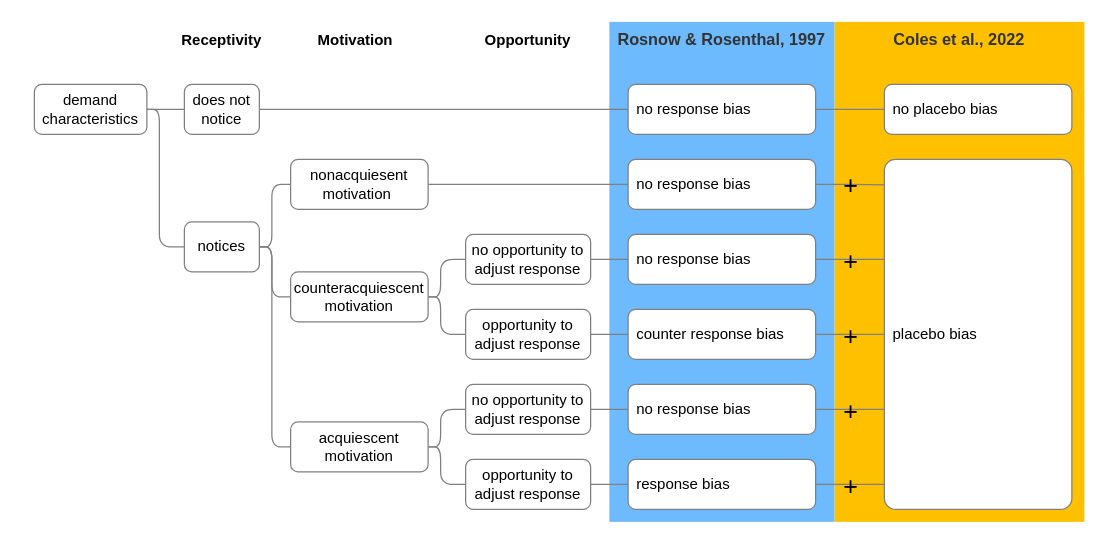
Before: page "FRAMEWORK" (1 of 14) of images/metaware_figures.drawio in ColesNicholas/metaware, a draw.io diagram. Source tidied: cells renumbered, new cells numbered last; positions are measured from the earlier drawing's top-left corner, leaving out a move shared by most shapes. Both pictures are drawn from the tidied source at 125%, with x=0, y=0 at pixel (21, 21).
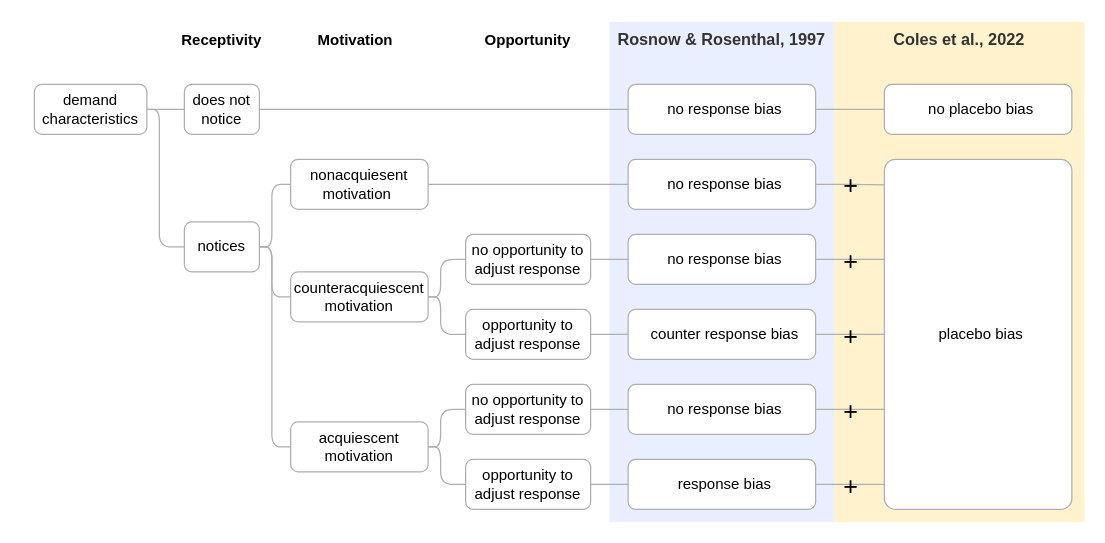
The same diagram, later.

Diff of the diagram source:
```diff
@@
-    <mxCell id="3" value="&lt;b&gt;&lt;font style=&quot;font-size: 13px&quot;&gt;Coles et al., 2022&lt;/font&gt;&lt;/b&gt;" style="rounded=0;whiteSpace=wrap;html=1;fillColor=#FFC000;fontColor=#333333;strokeColor=none;verticalAlign=top;" parent="1" vertex="1">
+    <mxCell id="3" value="&lt;b&gt;&lt;font style=&quot;font-size: 13px&quot;&gt;Coles et al., 2022&lt;/font&gt;&lt;/b&gt;" style="rounded=0;whiteSpace=wrap;html=1;fillColor=#FFF2CC;fontColor=#333333;strokeColor=none;verticalAlign=top;align=center;" parent="1" vertex="1">
       <mxGeometry x="650" width="200" height="400" as="geometry" />
     </mxCell>
-    <mxCell id="4" value="&lt;b&gt;&lt;font style=&quot;font-size: 13px&quot;&gt;Rosnow &amp;amp; Rosenthal, 1997&lt;/font&gt;&lt;/b&gt;" style="rounded=0;whiteSpace=wrap;html=1;fillColor=#6DBAFF;fontColor=#333333;strokeColor=none;verticalAlign=top;" parent="1" vertex="1">
+    <mxCell id="4" value="&lt;b&gt;&lt;font style=&quot;font-size: 13px&quot;&gt;Rosnow &amp;amp; Rosenthal, 1997&lt;/font&gt;&lt;/b&gt;" style="rounded=0;whiteSpace=wrap;html=1;fillColor=#EAEFFF;fontColor=#333333;strokeColor=none;verticalAlign=top;align=center;" parent="1" vertex="1">
       <mxGeometry x="470" width="180" height="400" as="geometry" />
     </mxCell>
-    <mxCell id="5" style="edgeStyle=orthogonalEdgeStyle;rounded=1;jettySize=auto;html=1;exitX=1;exitY=0.5;exitDx=0;exitDy=0;entryX=0;entryY=0.5;entryDx=0;entryDy=0;endArrow=none;endFill=0;strokeColor=#808080;" parent="1" edge="1" source="7" target="9">
+    <mxCell id="5" style="edgeStyle=orthogonalEdgeStyle;rounded=1;jettySize=auto;html=1;exitX=1;exitY=0.5;exitDx=0;exitDy=0;entryX=0;entryY=0.5;entryDx=0;entryDy=0;endArrow=none;endFill=0;strokeColor=#AFAFAF;align=center;" parent="1" edge="1" source="7" target="9">
       <mxGeometry relative="1" as="geometry" />
     </mxCell>
-    <mxCell id="6" style="edgeStyle=orthogonalEdgeStyle;rounded=1;jettySize=auto;html=1;exitX=1;exitY=0.5;exitDx=0;exitDy=0;entryX=0;entryY=0.5;entryDx=0;entryDy=0;labelBackgroundColor=none;fontSize=20;fontColor=default;endArrow=none;endFill=0;strokeColor=#808080;" parent="1" edge="1" source="7" target="13">
+    <mxCell id="6" style="edgeStyle=orthogonalEdgeStyle;rounded=1;jettySize=auto;html=1;exitX=1;exitY=0.5;exitDx=0;exitDy=0;entryX=0;entryY=0.5;entryDx=0;entryDy=0;labelBackgroundColor=none;fontSize=20;fontColor=default;endArrow=none;endFill=0;strokeColor=#AFAFAF;align=center;" parent="1" edge="1" source="7" target="13">
       <mxGeometry relative="1" as="geometry">
         <Array as="points">
           <mxPoint x="110" y="70" />
           <mxPoint x="110" y="180" />
         </Array>
       </mxGeometry>
     </mxCell>
-    <mxCell id="7" value="demand characteristics" style="rounded=1;whiteSpace=wrap;html=1;strokeColor=#808080;" parent="1" vertex="1">
+    <mxCell id="7" value="demand characteristics" style="rounded=1;whiteSpace=wrap;html=1;strokeColor=#AFAFAF;" parent="1" vertex="1">
       <mxGeometry x="10" y="50" width="90" height="40" as="geometry" />
     </mxCell>
-    <mxCell id="8" style="edgeStyle=orthogonalEdgeStyle;rounded=1;jettySize=auto;html=1;exitX=1;exitY=0.5;exitDx=0;exitDy=0;fontColor=none;endArrow=none;endFill=0;strokeColor=#808080;" parent="1" edge="1" source="9" target="33">
+    <mxCell id="8" style="edgeStyle=orthogonalEdgeStyle;rounded=1;jettySize=auto;html=1;exitX=1;exitY=0.5;exitDx=0;exitDy=0;fontColor=none;endArrow=none;endFill=0;strokeColor=#AFAFAF;align=center;" parent="1" edge="1" source="9" target="33">
       <mxGeometry relative="1" as="geometry" />
     </mxCell>
-    <mxCell id="9" value="does not notice" style="rounded=1;whiteSpace=wrap;html=1;strokeColor=#808080;" parent="1" vertex="1">
+    <mxCell id="9" value="does not notice" style="rounded=1;whiteSpace=wrap;html=1;strokeColor=#AFAFAF;align=center;" parent="1" vertex="1">
       <mxGeometry x="130" y="50" width="60" height="40" as="geometry" />
     </mxCell>
-    <mxCell id="10" style="edgeStyle=orthogonalEdgeStyle;rounded=1;jettySize=auto;html=1;exitX=1;exitY=0.5;exitDx=0;exitDy=0;entryX=0;entryY=0.5;entryDx=0;entryDy=0;endArrow=none;endFill=0;strokeColor=#808080;" parent="1" edge="1" source="13" target="15">
+    <mxCell id="10" style="edgeStyle=orthogonalEdgeStyle;rounded=1;jettySize=auto;html=1;exitX=1;exitY=0.5;exitDx=0;exitDy=0;entryX=0;entryY=0.5;entryDx=0;entryDy=0;endArrow=none;endFill=0;strokeColor=#AFAFAF;align=center;" parent="1" edge="1" source="13" target="15">
       <mxGeometry relative="1" as="geometry">
         <Array as="points">
           <mxPoint x="200" y="180" />
           <mxPoint x="200" y="130" />
         </Array>
       </mxGeometry>
     </mxCell>
-    <mxCell id="11" style="edgeStyle=orthogonalEdgeStyle;rounded=1;jettySize=auto;html=1;exitX=1;exitY=0.5;exitDx=0;exitDy=0;entryX=0;entryY=0.5;entryDx=0;entryDy=0;endArrow=none;endFill=0;strokeColor=#808080;" parent="1" edge="1" source="13" target="18">
+    <mxCell id="11" style="edgeStyle=orthogonalEdgeStyle;rounded=1;jettySize=auto;html=1;exitX=1;exitY=0.5;exitDx=0;exitDy=0;entryX=0;entryY=0.5;entryDx=0;entryDy=0;endArrow=none;endFill=0;strokeColor=#AFAFAF;align=center;" parent="1" edge="1" source="13" target="18">
       <mxGeometry relative="1" as="geometry">
         <Array as="points">
           <mxPoint x="200" y="180" />
           <mxPoint x="200" y="220" />
         </Array>
       </mxGeometry>
     </mxCell>
-    <mxCell id="12" style="edgeStyle=orthogonalEdgeStyle;rounded=1;jettySize=auto;html=1;exitX=1;exitY=0.5;exitDx=0;exitDy=0;entryX=0;entryY=0.5;entryDx=0;entryDy=0;endArrow=none;endFill=0;strokeColor=#808080;" parent="1" edge="1" source="13" target="25">
+    <mxCell id="12" style="edgeStyle=orthogonalEdgeStyle;rounded=1;jettySize=auto;html=1;exitX=1;exitY=0.5;exitDx=0;exitDy=0;entryX=0;entryY=0.5;entryDx=0;entryDy=0;endArrow=none;endFill=0;strokeColor=#AFAFAF;align=center;" parent="1" edge="1" source="13" target="25">
       <mxGeometry relative="1" as="geometry">
         <Array as="points">
           <mxPoint x="200" y="180" />
           <mxPoint x="200" y="340" />
         </Array>
       </mxGeometry>
     </mxCell>
-    <mxCell id="13" value="notices" style="rounded=1;whiteSpace=wrap;html=1;strokeColor=#808080;" parent="1" vertex="1">
+    <mxCell id="13" value="notices" style="rounded=1;whiteSpace=wrap;html=1;strokeColor=#AFAFAF;align=center;" parent="1" vertex="1">
       <mxGeometry x="130" y="160" width="60" height="40" as="geometry" />
     </mxCell>
-    <mxCell id="14" style="edgeStyle=orthogonalEdgeStyle;rounded=1;jettySize=auto;html=1;exitX=1;exitY=0.5;exitDx=0;exitDy=0;entryX=0;entryY=0.5;entryDx=0;entryDy=0;fontColor=none;endArrow=none;endFill=0;strokeColor=#808080;" parent="1" edge="1" source="15" target="27">
+    <mxCell id="14" style="edgeStyle=orthogonalEdgeStyle;rounded=1;jettySize=auto;html=1;exitX=1;exitY=0.5;exitDx=0;exitDy=0;entryX=0;entryY=0.5;entryDx=0;entryDy=0;fontColor=none;endArrow=none;endFill=0;strokeColor=#AFAFAF;align=center;" parent="1" edge="1" source="15" target="27">
       <mxGeometry relative="1" as="geometry" />
     </mxCell>
-    <mxCell id="15" value="nonacquiesent motivation&amp;nbsp;" style="rounded=1;whiteSpace=wrap;html=1;strokeColor=#808080;" parent="1" vertex="1">
+    <mxCell id="15" value="nonacquiesent motivation&amp;nbsp;" style="rounded=1;whiteSpace=wrap;html=1;strokeColor=#AFAFAF;align=center;" parent="1" vertex="1">
       <mxGeometry x="215" y="110" width="110" height="40" as="geometry" />
     </mxCell>
-    <mxCell id="16" style="edgeStyle=orthogonalEdgeStyle;rounded=1;jettySize=auto;html=1;exitX=1;exitY=0.5;exitDx=0;exitDy=0;entryX=0;entryY=0.5;entryDx=0;entryDy=0;endArrow=none;endFill=0;strokeColor=#808080;" parent="1" edge="1" source="18" target="20">
+    <mxCell id="16" style="edgeStyle=orthogonalEdgeStyle;rounded=1;jettySize=auto;html=1;exitX=1;exitY=0.5;exitDx=0;exitDy=0;entryX=0;entryY=0.5;entryDx=0;entryDy=0;endArrow=none;endFill=0;strokeColor=#AFAFAF;align=center;" parent="1" edge="1" source="18" target="20">
       <mxGeometry relative="1" as="geometry">
         <Array as="points">
           <mxPoint x="335" y="220" />
           <mxPoint x="335" y="190" />
         </Array>
       </mxGeometry>
     </mxCell>
-    <mxCell id="17" style="edgeStyle=orthogonalEdgeStyle;rounded=1;jettySize=auto;html=1;exitX=1;exitY=0.5;exitDx=0;exitDy=0;entryX=0;entryY=0.5;entryDx=0;entryDy=0;endArrow=none;endFill=0;strokeColor=#808080;" parent="1" edge="1" source="18" target="22">
+    <mxCell id="17" style="edgeStyle=orthogonalEdgeStyle;rounded=1;jettySize=auto;html=1;exitX=1;exitY=0.5;exitDx=0;exitDy=0;entryX=0;entryY=0.5;entryDx=0;entryDy=0;endArrow=none;endFill=0;strokeColor=#AFAFAF;align=center;" parent="1" edge="1" source="18" target="22">
       <mxGeometry relative="1" as="geometry">
         <Array as="points">
           <mxPoint x="335" y="220" />
           <mxPoint x="335" y="250" />
         </Array>
       </mxGeometry>
     </mxCell>
-    <mxCell id="18" value="counteracquiescent motivation" style="rounded=1;whiteSpace=wrap;html=1;strokeColor=#808080;" parent="1" vertex="1">
+    <mxCell id="18" value="counteracquiescent motivation" style="rounded=1;whiteSpace=wrap;html=1;strokeColor=#AFAFAF;align=center;" parent="1" vertex="1">
       <mxGeometry x="215" y="200" width="110" height="40" as="geometry" />
     </mxCell>
-    <mxCell id="19" style="edgeStyle=orthogonalEdgeStyle;rounded=1;jettySize=auto;html=1;exitX=1;exitY=0.5;exitDx=0;exitDy=0;entryX=0;entryY=0.5;entryDx=0;entryDy=0;endArrow=none;endFill=0;strokeColor=#808080;" parent="1" edge="1" source="20" target="29">
+    <mxCell id="19" style="edgeStyle=orthogonalEdgeStyle;rounded=1;jettySize=auto;html=1;exitX=1;exitY=0.5;exitDx=0;exitDy=0;entryX=0;entryY=0.5;entryDx=0;entryDy=0;endArrow=none;endFill=0;strokeColor=#AFAFAF;align=center;" parent="1" edge="1" source="20" target="29">
       <mxGeometry relative="1" as="geometry" />
     </mxCell>
-    <mxCell id="20" value="no opportunity to adjust response" style="rounded=1;whiteSpace=wrap;html=1;strokeColor=#808080;" parent="1" vertex="1">
+    <mxCell id="20" value="no opportunity to adjust response" style="rounded=1;whiteSpace=wrap;html=1;strokeColor=#AFAFAF;align=center;" parent="1" vertex="1">
       <mxGeometry x="355" y="170" width="100" height="40" as="geometry" />
     </mxCell>
-    <mxCell id="21" style="edgeStyle=orthogonalEdgeStyle;rounded=1;jettySize=auto;html=1;exitX=1;exitY=0.5;exitDx=0;exitDy=0;entryX=0;entryY=0.5;entryDx=0;entryDy=0;fontColor=none;endArrow=none;endFill=0;strokeColor=#808080;" parent="1" edge="1" source="22" target="31">
+    <mxCell id="21" style="edgeStyle=orthogonalEdgeStyle;rounded=1;jettySize=auto;html=1;exitX=1;exitY=0.5;exitDx=0;exitDy=0;entryX=0;entryY=0.5;entryDx=0;entryDy=0;fontColor=none;endArrow=none;endFill=0;strokeColor=#AFAFAF;align=center;" parent="1" edge="1" source="22" target="31">
       <mxGeometry relative="1" as="geometry" />
     </mxCell>
-    <mxCell id="22" value="opportunity to adjust response" style="rounded=1;whiteSpace=wrap;html=1;strokeColor=#808080;" parent="1" vertex="1">
+    <mxCell id="22" value="opportunity to adjust response" style="rounded=1;whiteSpace=wrap;html=1;strokeColor=#AFAFAF;align=center;" parent="1" vertex="1">
       <mxGeometry x="355" y="230" width="100" height="40" as="geometry" />
     </mxCell>
-    <mxCell id="23" style="edgeStyle=orthogonalEdgeStyle;rounded=1;jettySize=auto;html=1;exitX=1;exitY=0.5;exitDx=0;exitDy=0;entryX=0;entryY=0.5;entryDx=0;entryDy=0;endArrow=none;endFill=0;strokeColor=#808080;" parent="1" edge="1" source="25" target="35">
+    <mxCell id="23" style="edgeStyle=orthogonalEdgeStyle;rounded=1;jettySize=auto;html=1;exitX=1;exitY=0.5;exitDx=0;exitDy=0;entryX=0;entryY=0.5;entryDx=0;entryDy=0;endArrow=none;endFill=0;strokeColor=#AFAFAF;align=center;" parent="1" edge="1" source="25" target="35">
       <mxGeometry relative="1" as="geometry">
         <Array as="points">
           <mxPoint x="335" y="340" />
           <mxPoint x="335" y="310" />
         </Array>
       </mxGeometry>
     </mxCell>
-    <mxCell id="24" style="edgeStyle=orthogonalEdgeStyle;rounded=1;jettySize=auto;html=1;exitX=1;exitY=0.5;exitDx=0;exitDy=0;entryX=0;entryY=0.5;entryDx=0;entryDy=0;endArrow=none;endFill=0;strokeColor=#808080;" parent="1" edge="1" source="25" target="37">
+    <mxCell id="24" style="edgeStyle=orthogonalEdgeStyle;rounded=1;jettySize=auto;html=1;exitX=1;exitY=0.5;exitDx=0;exitDy=0;entryX=0;entryY=0.5;entryDx=0;entryDy=0;endArrow=none;endFill=0;strokeColor=#AFAFAF;align=center;" parent="1" edge="1" source="25" target="37">
       <mxGeometry relative="1" as="geometry">
         <Array as="points">
           <mxPoint x="335" y="340" />
           <mxPoint x="335" y="370" />
         </Array>
       </mxGeometry>
     </mxCell>
-    <mxCell id="25" value="acquiescent motivation" style="rounded=1;whiteSpace=wrap;html=1;strokeColor=#808080;" parent="1" vertex="1">
+    <mxCell id="25" value="acquiescent motivation" style="rounded=1;whiteSpace=wrap;html=1;strokeColor=#AFAFAF;align=center;" parent="1" vertex="1">
       <mxGeometry x="215" y="320" width="110" height="40" as="geometry" />
     </mxCell>
-    <mxCell id="26" value="+" style="edgeStyle=orthogonalEdgeStyle;rounded=0;jettySize=auto;html=1;exitX=1;exitY=0.5;exitDx=0;exitDy=0;entryX=0.009;entryY=0.073;entryDx=0;entryDy=0;fontSize=20;endArrow=none;endFill=0;labelBackgroundColor=none;fontStyle=0;strokeColor=#808080;entryPerimeter=0;" parent="1" edge="1" source="27" target="42">
+    <mxCell id="26" value="+" style="edgeStyle=orthogonalEdgeStyle;rounded=0;jettySize=auto;html=1;exitX=1;exitY=0.5;exitDx=0;exitDy=0;entryX=0.009;entryY=0.073;entryDx=0;entryDy=0;fontSize=20;endArrow=none;endFill=0;labelBackgroundColor=none;fontStyle=0;strokeColor=#AFAFAF;entryPerimeter=0;align=center;" parent="1" edge="1" source="27" target="42">
       <mxGeometry relative="1" as="geometry" />
     </mxCell>
-    <mxCell id="27" value="&lt;span&gt;no response bias&lt;/span&gt;" style="rounded=1;whiteSpace=wrap;html=1;fontColor=#000000;spacingLeft=5;align=left;strokeColor=#808080;" parent="1" vertex="1">
+    <mxCell id="27" value="&lt;span&gt;no response bias&lt;/span&gt;" style="rounded=1;whiteSpace=wrap;html=1;fontColor=#000000;spacingLeft=5;align=center;strokeColor=#AFAFAF;" parent="1" vertex="1">
       <mxGeometry x="485" y="110" width="150" height="40" as="geometry" />
     </mxCell>
-    <mxCell id="28" value="&lt;span style=&quot;font-size: 20px;&quot;&gt;+&lt;/span&gt;" style="edgeStyle=orthogonalEdgeStyle;rounded=0;jettySize=auto;html=1;exitX=1;exitY=0.5;exitDx=0;exitDy=0;entryX=0;entryY=0.5;entryDx=0;entryDy=0;fontSize=20;endArrow=none;endFill=0;labelBackgroundColor=none;strokeColor=#808080;fontStyle=0;" parent="1" edge="1" source="29">
+    <mxCell id="28" value="&lt;span style=&quot;font-size: 20px;&quot;&gt;+&lt;/span&gt;" style="edgeStyle=orthogonalEdgeStyle;rounded=0;jettySize=auto;html=1;exitX=1;exitY=0.5;exitDx=0;exitDy=0;entryX=0;entryY=0.5;entryDx=0;entryDy=0;fontSize=20;endArrow=none;endFill=0;labelBackgroundColor=none;strokeColor=#AFAFAF;fontStyle=0;align=center;" parent="1" edge="1" source="29">
       <mxGeometry relative="1" as="geometry">
         <mxPoint x="690" y="190" as="targetPoint" />
       </mxGeometry>
     </mxCell>
-    <mxCell id="29" value="&lt;font&gt;no response bias&lt;/font&gt;" style="rounded=1;whiteSpace=wrap;html=1;fontColor=#000000;align=left;spacingLeft=5;strokeColor=#808080;" parent="1" vertex="1">
+    <mxCell id="29" value="&lt;font&gt;no response bias&lt;/font&gt;" style="rounded=1;whiteSpace=wrap;html=1;fontColor=#000000;align=center;spacingLeft=5;strokeColor=#AFAFAF;" parent="1" vertex="1">
       <mxGeometry x="485" y="170" width="150" height="40" as="geometry" />
     </mxCell>
-    <mxCell id="30" value="+" style="edgeStyle=orthogonalEdgeStyle;rounded=0;jettySize=auto;html=1;exitX=1;exitY=0.5;exitDx=0;exitDy=0;fontSize=20;endArrow=none;endFill=0;strokeColor=#808080;fontStyle=0;labelBackgroundColor=none;" parent="1" edge="1" source="31">
+    <mxCell id="30" value="+" style="edgeStyle=orthogonalEdgeStyle;rounded=0;jettySize=auto;html=1;exitX=1;exitY=0.5;exitDx=0;exitDy=0;fontSize=20;endArrow=none;endFill=0;strokeColor=#AFAFAF;fontStyle=0;labelBackgroundColor=none;align=center;" parent="1" edge="1" source="31">
       <mxGeometry relative="1" as="geometry">
         <mxPoint x="690" y="250" as="targetPoint" />
       </mxGeometry>
     </mxCell>
-    <mxCell id="31" value="&lt;font&gt;counter response bias&lt;/font&gt;" style="rounded=1;whiteSpace=wrap;html=1;fontColor=#000000;align=left;spacingLeft=5;strokeColor=#808080;" parent="1" vertex="1">
+    <mxCell id="31" value="&lt;font&gt;counter response bias&lt;/font&gt;" style="rounded=1;whiteSpace=wrap;html=1;fontColor=#000000;align=center;spacingLeft=5;strokeColor=#AFAFAF;" parent="1" vertex="1">
       <mxGeometry x="485" y="230" width="150" height="40" as="geometry" />
     </mxCell>
-    <mxCell id="32" style="edgeStyle=orthogonalEdgeStyle;rounded=0;jettySize=auto;html=1;exitX=1;exitY=0.5;exitDx=0;exitDy=0;fontSize=20;endArrow=none;endFill=0;labelBackgroundColor=none;fontStyle=0;strokeColor=#808080;fontColor=default;" parent="1" edge="1" source="33" target="43">
+    <mxCell id="32" style="edgeStyle=orthogonalEdgeStyle;rounded=0;jettySize=auto;html=1;exitX=1;exitY=0.5;exitDx=0;exitDy=0;fontSize=20;endArrow=none;endFill=0;labelBackgroundColor=none;fontStyle=0;strokeColor=#AFAFAF;fontColor=default;align=center;" parent="1" edge="1" source="33" target="43">
       <mxGeometry relative="1" as="geometry" />
     </mxCell>
-    <mxCell id="33" value="no response bias" style="rounded=1;whiteSpace=wrap;html=1;fontColor=#000000;align=left;spacingLeft=5;strokeColor=#808080;" parent="1" vertex="1">
+    <mxCell id="33" value="no response bias" style="rounded=1;whiteSpace=wrap;html=1;fontColor=#000000;align=center;spacingLeft=5;strokeColor=#AFAFAF;" parent="1" vertex="1">
       <mxGeometry x="485" y="50" width="150" height="40" as="geometry" />
     </mxCell>
-    <mxCell id="34" style="edgeStyle=orthogonalEdgeStyle;rounded=1;jettySize=auto;html=1;exitX=1;exitY=0.5;exitDx=0;exitDy=0;entryX=0;entryY=0.5;entryDx=0;entryDy=0;endArrow=none;endFill=0;strokeColor=#808080;" parent="1" edge="1" source="35" target="39">
+    <mxCell id="34" style="edgeStyle=orthogonalEdgeStyle;rounded=1;jettySize=auto;html=1;exitX=1;exitY=0.5;exitDx=0;exitDy=0;entryX=0;entryY=0.5;entryDx=0;entryDy=0;endArrow=none;endFill=0;strokeColor=#AFAFAF;align=center;" parent="1" edge="1" source="35" target="39">
       <mxGeometry relative="1" as="geometry" />
     </mxCell>
-    <mxCell id="35" value="no opportunity to adjust response" style="rounded=1;whiteSpace=wrap;html=1;strokeColor=#808080;" parent="1" vertex="1">
+    <mxCell id="35" value="no opportunity to adjust response" style="rounded=1;whiteSpace=wrap;html=1;strokeColor=#AFAFAF;align=center;" parent="1" vertex="1">
       <mxGeometry x="355" y="290" width="100" height="40" as="geometry" />
     </mxCell>
-    <mxCell id="36" style="edgeStyle=orthogonalEdgeStyle;rounded=1;jettySize=auto;html=1;exitX=1;exitY=0.5;exitDx=0;exitDy=0;entryX=0;entryY=0.5;entryDx=0;entryDy=0;endArrow=none;endFill=0;strokeColor=#808080;" parent="1" edge="1" source="37" target="41">
+    <mxCell id="36" style="edgeStyle=orthogonalEdgeStyle;rounded=1;jettySize=auto;html=1;exitX=1;exitY=0.5;exitDx=0;exitDy=0;entryX=0;entryY=0.5;entryDx=0;entryDy=0;endArrow=none;endFill=0;strokeColor=#AFAFAF;align=center;" parent="1" edge="1" source="37" target="41">
       <mxGeometry relative="1" as="geometry" />
     </mxCell>
-    <mxCell id="37" value="opportunity to adjust response" style="rounded=1;whiteSpace=wrap;html=1;strokeColor=#808080;" parent="1" vertex="1">
+    <mxCell id="37" value="opportunity to adjust response" style="rounded=1;whiteSpace=wrap;html=1;strokeColor=#AFAFAF;align=center;" parent="1" vertex="1">
       <mxGeometry x="355" y="350" width="100" height="40" as="geometry" />
     </mxCell>
-    <mxCell id="38" value="&lt;span&gt;&lt;font style=&quot;font-size: 20px&quot;&gt;+&lt;/font&gt;&lt;/span&gt;" style="edgeStyle=orthogonalEdgeStyle;rounded=0;jettySize=auto;html=1;exitX=1;exitY=0.5;exitDx=0;exitDy=0;entryX=0;entryY=0.5;entryDx=0;entryDy=0;fontSize=13;endArrow=none;endFill=0;strokeColor=#808080;labelBackgroundColor=none;fontStyle=0;" parent="1" edge="1" source="39">
+    <mxCell id="38" value="&lt;span&gt;&lt;font style=&quot;font-size: 20px&quot;&gt;+&lt;/font&gt;&lt;/span&gt;" style="edgeStyle=orthogonalEdgeStyle;rounded=0;jettySize=auto;html=1;exitX=1;exitY=0.5;exitDx=0;exitDy=0;entryX=0;entryY=0.5;entryDx=0;entryDy=0;fontSize=13;endArrow=none;endFill=0;strokeColor=#AFAFAF;labelBackgroundColor=none;fontStyle=0;align=center;" parent="1" edge="1" source="39">
       <mxGeometry relative="1" as="geometry">
         <mxPoint x="690" y="310" as="targetPoint" />
       </mxGeometry>
     </mxCell>
-    <mxCell id="39" value="&lt;font&gt;no response bias&lt;/font&gt;" style="rounded=1;whiteSpace=wrap;html=1;fontColor=#000000;align=left;spacingLeft=5;strokeColor=#808080;" parent="1" vertex="1">
+    <mxCell id="39" value="&lt;font&gt;no response bias&lt;/font&gt;" style="rounded=1;whiteSpace=wrap;html=1;fontColor=#000000;align=center;spacingLeft=5;strokeColor=#AFAFAF;" parent="1" vertex="1">
       <mxGeometry x="485" y="290" width="150" height="40" as="geometry" />
     </mxCell>
-    <mxCell id="40" value="&lt;span&gt;&lt;font style=&quot;font-size: 20px&quot;&gt;+&lt;/font&gt;&lt;/span&gt;" style="edgeStyle=orthogonalEdgeStyle;rounded=0;jettySize=auto;html=1;exitX=1;exitY=0.5;exitDx=0;exitDy=0;entryX=0;entryY=0.5;entryDx=0;entryDy=0;fontSize=13;endArrow=none;endFill=0;strokeColor=#808080;labelBackgroundColor=none;fontStyle=0;" parent="1" edge="1" source="41">
+    <mxCell id="40" value="&lt;span&gt;&lt;font style=&quot;font-size: 20px&quot;&gt;+&lt;/font&gt;&lt;/span&gt;" style="edgeStyle=orthogonalEdgeStyle;rounded=0;jettySize=auto;html=1;exitX=1;exitY=0.5;exitDx=0;exitDy=0;entryX=0;entryY=0.5;entryDx=0;entryDy=0;fontSize=13;endArrow=none;endFill=0;strokeColor=#AFAFAF;labelBackgroundColor=none;fontStyle=0;align=center;" parent="1" edge="1" source="41">
       <mxGeometry relative="1" as="geometry">
         <mxPoint x="690" y="370" as="targetPoint" />
       </mxGeometry>
     </mxCell>
-    <mxCell id="41" value="&lt;font&gt;response bias&lt;/font&gt;" style="rounded=1;whiteSpace=wrap;html=1;fontColor=#000000;align=left;spacingLeft=5;strokeColor=#808080;" parent="1" vertex="1">
+    <mxCell id="41" value="&lt;font&gt;response bias&lt;/font&gt;" style="rounded=1;whiteSpace=wrap;html=1;fontColor=#000000;align=center;spacingLeft=5;strokeColor=#AFAFAF;" parent="1" vertex="1">
       <mxGeometry x="485" y="350" width="150" height="40" as="geometry" />
     </mxCell>
-    <mxCell id="42" value="&lt;font&gt;placebo bias&lt;br&gt;&lt;/font&gt;" style="rounded=1;whiteSpace=wrap;html=1;fontColor=#000000;spacingLeft=5;align=left;strokeColor=#808080;arcSize=6;" parent="1" vertex="1">
+    <mxCell id="42" value="&lt;font&gt;placebo bias&lt;br&gt;&lt;/font&gt;" style="rounded=1;whiteSpace=wrap;html=1;fontColor=#000000;spacingLeft=5;align=center;strokeColor=#AFAFAF;arcSize=6;" parent="1" vertex="1">
       <mxGeometry x="690" y="110" width="150" height="280" as="geometry" />
     </mxCell>
-    <mxCell id="43" value="no placebo bias" style="rounded=1;whiteSpace=wrap;html=1;fontColor=#000000;align=left;spacingLeft=5;strokeColor=#808080;" parent="1" vertex="1">
+    <mxCell id="43" value="no placebo bias" style="rounded=1;whiteSpace=wrap;html=1;fontColor=#000000;align=center;spacingLeft=5;strokeColor=#AFAFAF;" parent="1" vertex="1">
       <mxGeometry x="690" y="50" width="150" height="40" as="geometry" />
     </mxCell>
```
